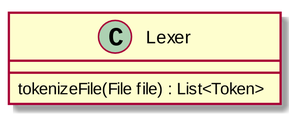
Before: Structure_UML/LexerUML.png, a diagram exported from PlantUML (MatthewBregg/DesignPatternsRepo).
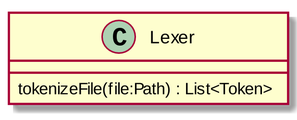
Above is the later version.

Diff of the diagram source:
```diff
@@ -2,5 +2,5 @@
 skinparam dpi 300
 
 class Lexer
-Lexer : tokenizeFile(File file) : List<Token>
+Lexer : tokenizeFile(file:Path) : List<Token>
 @enduml
```
